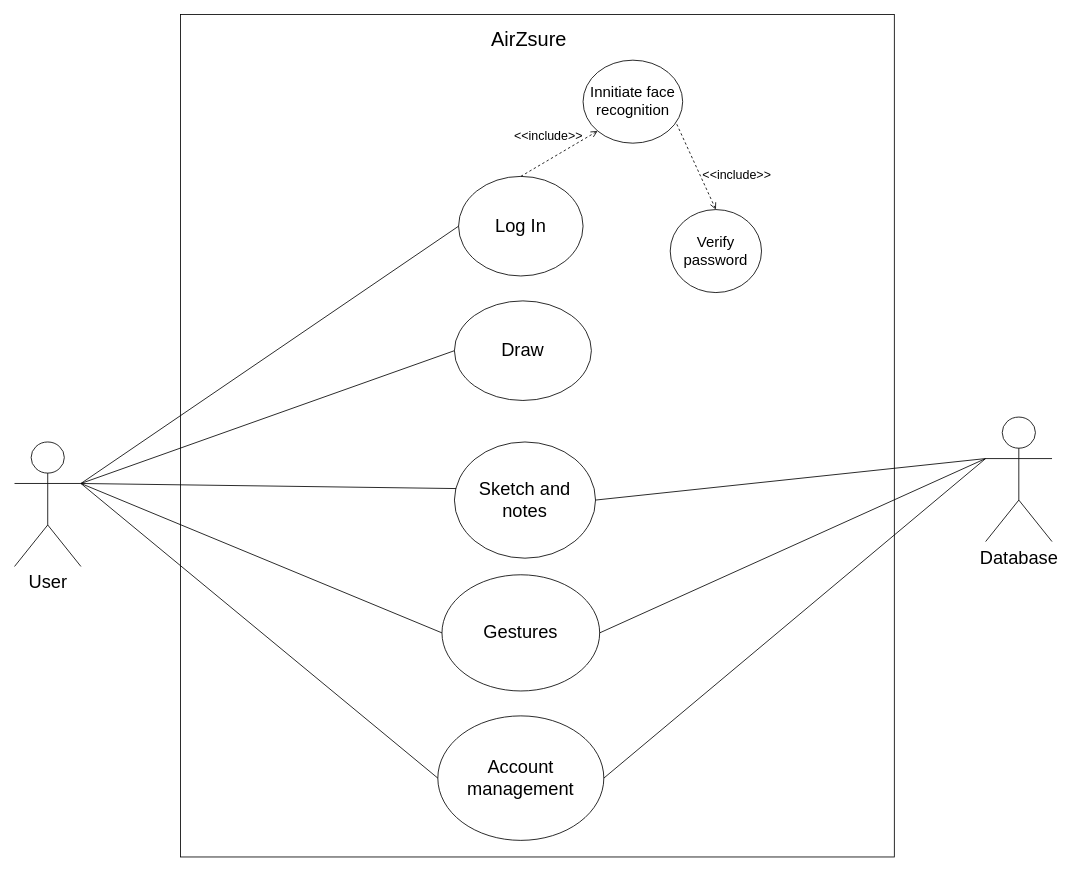
Above: canvas.drawio in Spart-v6/diagram (draw.io), before the change. Source tidied: cells renumbered, new cells numbered last; positions are measured from the earlier drawing's top-left corner, leaving out a move shared by most shapes. Both pictures are drawn from the tidied source at 83%, with x=0, y=0 at pixel (14, 27).
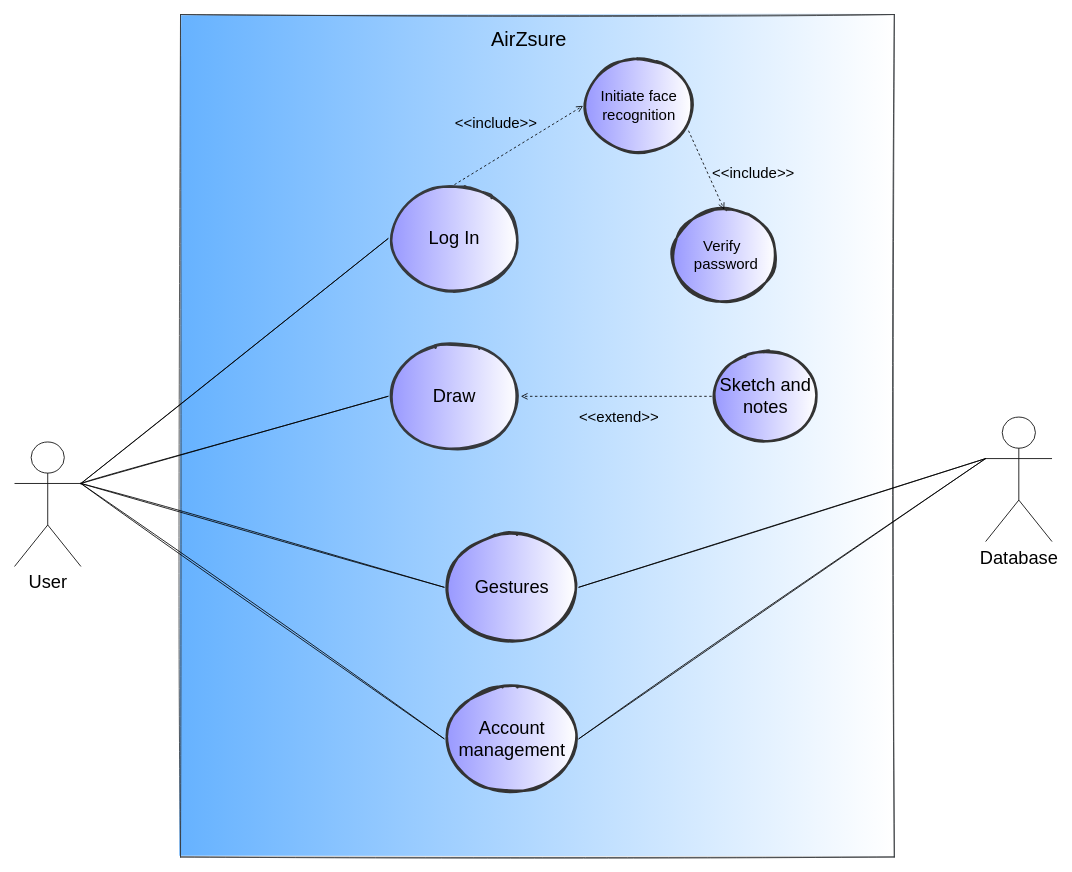
The same page after the edit.

The change refers to these unchanged cells:
```xml
<mxCell id="4" value="&lt;font style=&quot;font-size: 22px&quot;&gt;User&lt;/font&gt;" style="shape=umlActor;verticalLabelPosition=bottom;verticalAlign=top;html=1;outlineConnect=0;" parent="1" vertex="1">
  <mxGeometry y="500" width="80" height="150" as="geometry" />
</mxCell>
<mxCell id="5" value="&lt;font style=&quot;font-size: 22px&quot;&gt;Database&lt;/font&gt;" style="shape=umlActor;verticalLabelPosition=bottom;verticalAlign=top;html=1;outlineConnect=0;" parent="1" vertex="1">
  <mxGeometry x="1170" y="470" width="80" height="150" as="geometry" />
</mxCell>
```

Change to the diagram source:
```diff
@@
-    <mxCell id="2" style="rounded=0;whiteSpace=wrap;html=1;rotation=-90;" parent="1" vertex="1">
+    <mxCell id="2" style="rounded=0;whiteSpace=wrap;html=1;rotation=-90;sketch=1;glass=0;strokeColor=#36393d;gradientColor=#ffffff;fillColor=#66B2FF;" parent="1" vertex="1">
       <mxGeometry x="122.5" y="62.5" width="1015" height="860" as="geometry" />
     </mxCell>
@@
-    <mxCell id="6" value="&lt;font style=&quot;font-size: 22px&quot;&gt;Log In&lt;/font&gt;" style="ellipse;whiteSpace=wrap;html=1;" parent="1" vertex="1">
-      <mxGeometry x="535" y="180" width="150" height="120" as="geometry" />
+    <mxCell id="6" value="&lt;font style=&quot;font-size: 22px&quot;&gt;Log In&lt;/font&gt;" style="ellipse;whiteSpace=wrap;html=1;sketch=1;strokeWidth=3;strokeColor=#36393d;fillStyle=auto;fillColor=#9999FF;gradientColor=#ffffff;gradientDirection=east;" parent="1" vertex="1">
+      <mxGeometry x="450" y="190" width="160" height="130" as="geometry" />
     </mxCell>
-    <mxCell id="7" value="&lt;font style=&quot;font-size: 22px&quot;&gt;Draw&lt;/font&gt;" style="ellipse;whiteSpace=wrap;html=1;" parent="1" vertex="1">
-      <mxGeometry x="530" y="330" width="165" height="120" as="geometry" />
+    <mxCell id="7" value="&lt;font style=&quot;font-size: 22px&quot;&gt;Draw&lt;/font&gt;" style="ellipse;whiteSpace=wrap;html=1;sketch=1;strokeWidth=3;strokeColor=#36393d;fillStyle=auto;fillColor=#9999FF;gradientColor=#ffffff;gradientDirection=east;" parent="1" vertex="1">
+      <mxGeometry x="450" y="380" width="160" height="130" as="geometry" />
     </mxCell>
-    <mxCell id="8" value="&lt;font style=&quot;font-size: 22px&quot;&gt;Sketch and notes&lt;/font&gt;" style="ellipse;whiteSpace=wrap;html=1;" parent="1" vertex="1">
-      <mxGeometry x="530" y="500" width="170" height="140" as="geometry" />
+    <mxCell id="8" value="&lt;font style=&quot;font-size: 22px&quot;&gt;Sketch and notes&lt;/font&gt;" style="ellipse;whiteSpace=wrap;html=1;strokeColor=#333333;strokeWidth=3;sketch=1;fillColor=#9999FF;gradientColor=#ffffff;gradientDirection=east;" parent="1" vertex="1">
+      <mxGeometry x="840" y="390" width="130" height="110" as="geometry" />
     </mxCell>
-    <mxCell id="9" value="&lt;font style=&quot;font-size: 22px&quot;&gt;Gestures&lt;/font&gt;" style="ellipse;whiteSpace=wrap;html=1;" parent="1" vertex="1">
-      <mxGeometry x="515" y="660" width="190" height="140" as="geometry" />
+    <mxCell id="9" value="&lt;font style=&quot;font-size: 22px&quot;&gt;Gestures&lt;/font&gt;" style="ellipse;whiteSpace=wrap;html=1;strokeColor=#333333;strokeWidth=3;sketch=1;gradientDirection=east;gradientColor=#ffffff;fillColor=#9999FF;" parent="1" vertex="1">
+      <mxGeometry x="517.5" y="610" width="162.5" height="130" as="geometry" />
     </mxCell>
-    <mxCell id="10" style="endArrow=none;html=1;entryX=0;entryY=0.5;entryDx=0;entryDy=0;exitX=1;exitY=0.3333333333333333;exitDx=0;exitDy=0;exitPerimeter=0;" parent="1" edge="1" source="4" target="6">
+    <mxCell id="10" style="endArrow=none;html=1;entryX=0;entryY=0.5;entryDx=0;entryDy=0;exitX=1;exitY=0.3333333333333333;exitDx=0;exitDy=0;exitPerimeter=0;rounded=1;shadow=0;sketch=1;" parent="1" edge="1" source="4" target="6">
       <mxGeometry relative="1" as="geometry" />
     </mxCell>
-    <mxCell id="11" style="endArrow=none;html=1;entryX=0;entryY=0.5;entryDx=0;entryDy=0;exitX=1;exitY=0.3333333333333333;exitDx=0;exitDy=0;exitPerimeter=0;" parent="1" edge="1" source="4" target="7">
+    <mxCell id="11" style="endArrow=none;html=1;entryX=0;entryY=0.5;entryDx=0;entryDy=0;exitX=1;exitY=0.3333333333333333;exitDx=0;exitDy=0;exitPerimeter=0;shadow=0;sketch=1;curved=1;" parent="1" edge="1" source="4" target="7">
       <mxGeometry relative="1" as="geometry" />
     </mxCell>
-    <mxCell id="12" style="endArrow=none;html=1;entryX=0.013;entryY=0.401;entryDx=0;entryDy=0;entryPerimeter=0;exitX=1;exitY=0.3333333333333333;exitDx=0;exitDy=0;exitPerimeter=0;" parent="1" edge="1" source="4" target="8">
-      <mxGeometry relative="1" as="geometry" />
-    </mxCell>
-    <mxCell id="13" style="endArrow=none;html=1;entryX=0;entryY=0.5;entryDx=0;entryDy=0;exitX=1;exitY=0.3333333333333333;exitDx=0;exitDy=0;exitPerimeter=0;" parent="1" edge="1" source="4" target="9">
+    <mxCell id="13" style="endArrow=none;html=1;entryX=0;entryY=0.5;entryDx=0;entryDy=0;exitX=1;exitY=0.3333333333333333;exitDx=0;exitDy=0;exitPerimeter=0;rounded=1;shadow=0;sketch=1;" parent="1" edge="1" source="4" target="9">
       <mxGeometry relative="1" as="geometry" />
     </mxCell>
-    <mxCell id="14" value="&lt;font style=&quot;font-size: 22px&quot;&gt;Account management&lt;/font&gt;" style="ellipse;whiteSpace=wrap;html=1;" parent="1" vertex="1">
-      <mxGeometry x="510" y="830" width="200" height="150" as="geometry" />
+    <mxCell id="14" value="&lt;font style=&quot;font-size: 22px&quot;&gt;Account management&lt;/font&gt;" style="ellipse;whiteSpace=wrap;html=1;strokeColor=#333333;strokeWidth=3;sketch=1;gradientDirection=east;gradientColor=#ffffff;fillColor=#9999FF;" parent="1" vertex="1">
+      <mxGeometry x="517.5" y="792.5" width="162.5" height="130" as="geometry" />
     </mxCell>
-    <mxCell id="15" style="endArrow=none;html=1;entryX=0;entryY=0.5;entryDx=0;entryDy=0;exitX=1;exitY=0.3333333333333333;exitDx=0;exitDy=0;exitPerimeter=0;" parent="1" edge="1" source="4" target="14">
+    <mxCell id="15" style="endArrow=none;html=1;entryX=0;entryY=0.5;entryDx=0;entryDy=0;exitX=1;exitY=0.3333333333333333;exitDx=0;exitDy=0;exitPerimeter=0;rounded=1;shadow=0;sketch=1;" parent="1" edge="1" source="4" target="14">
       <mxGeometry relative="1" as="geometry" />
     </mxCell>
-    <mxCell id="16" style="endArrow=none;html=1;exitX=1;exitY=0.5;exitDx=0;exitDy=0;entryX=0;entryY=0.3333333333333333;entryDx=0;entryDy=0;entryPerimeter=0;" parent="1" edge="1" source="8" target="5">
-      <mxGeometry relative="1" as="geometry" />
-    </mxCell>
-    <mxCell id="17" style="endArrow=none;html=1;exitX=1;exitY=0.5;exitDx=0;exitDy=0;entryX=0;entryY=0.3333333333333333;entryDx=0;entryDy=0;entryPerimeter=0;" parent="1" edge="1" source="9" target="5">
+    <mxCell id="17" style="endArrow=none;html=1;exitX=1;exitY=0.5;exitDx=0;exitDy=0;entryX=0;entryY=0.3333333333333333;entryDx=0;entryDy=0;entryPerimeter=0;sketch=1;" parent="1" edge="1" source="9" target="5">
       <mxGeometry relative="1" as="geometry" />
     </mxCell>
-    <mxCell id="18" style="endArrow=none;html=1;exitX=1;exitY=0.5;exitDx=0;exitDy=0;entryX=0;entryY=0.3333333333333333;entryDx=0;entryDy=0;entryPerimeter=0;" parent="1" edge="1" source="14" target="5">
+    <mxCell id="18" style="endArrow=none;html=1;exitX=1;exitY=0.5;exitDx=0;exitDy=0;entryX=0;entryY=0.3333333333333333;entryDx=0;entryDy=0;entryPerimeter=0;sketch=1;" parent="1" edge="1" source="14" target="5">
       <mxGeometry relative="1" as="geometry" />
     </mxCell>
-    <mxCell id="19" value="&lt;font style=&quot;font-size: 18px&quot;&gt;Innitiate face recognition&lt;/font&gt;" style="ellipse;whiteSpace=wrap;html=1;" parent="1" vertex="1">
-      <mxGeometry x="685" y="40" width="120" height="100" as="geometry" />
+    <mxCell id="19" value="&lt;font style=&quot;font-size: 18px&quot;&gt;Initiate face recognition&lt;/font&gt;" style="ellipse;whiteSpace=wrap;html=1;strokeColor=#333333;strokeWidth=3;sketch=1;fillColor=#9999FF;gradientColor=#ffffff;gradientDirection=east;" parent="1" vertex="1">
+      <mxGeometry x="685" y="40" width="135" height="110" as="geometry" />
     </mxCell>
-    <mxCell id="20" value="&lt;font style=&quot;font-size: 18px&quot;&gt;Verify password&lt;/font&gt;" style="ellipse;whiteSpace=wrap;html=1;" parent="1" vertex="1">
-      <mxGeometry x="790" y="220" width="110" height="100" as="geometry" />
+    <mxCell id="20" value="&lt;font style=&quot;font-size: 18px&quot;&gt;Verify&amp;nbsp; &amp;nbsp;password&lt;/font&gt;" style="ellipse;whiteSpace=wrap;html=1;strokeColor=#333333;strokeWidth=3;sketch=1;fillColor=#9999FF;gradientColor=#ffffff;gradientDirection=east;" parent="1" vertex="1">
+      <mxGeometry x="790" y="220" width="130" height="110" as="geometry" />
     </mxCell>
-    <mxCell id="21" value="&lt;font style=&quot;font-size: 15px&quot;&gt;&amp;lt;&amp;lt;include&amp;gt;&amp;gt;&lt;/font&gt;" style="edgeStyle=none;html=1;endArrow=open;verticalAlign=bottom;dashed=1;labelBackgroundColor=none;exitX=0.5;exitY=0;exitDx=0;exitDy=0;entryX=0;entryY=1;entryDx=0;entryDy=0;" parent="1" edge="1" source="6" target="19">
-      <mxGeometry x="-0.13" y="15" relative="1" as="geometry" />
+    <mxCell id="21" value="&lt;font style=&quot;font-size: 18px&quot;&gt;&amp;lt;&amp;lt;include&amp;gt;&amp;gt;&lt;/font&gt;" style="edgeStyle=none;html=1;endArrow=open;verticalAlign=bottom;dashed=1;labelBackgroundColor=none;exitX=0.5;exitY=0;exitDx=0;exitDy=0;entryX=0;entryY=0.5;entryDx=0;entryDy=0;" parent="1" edge="1" source="6" target="19">
+      <mxGeometry x="-0.19" y="25" relative="1" as="geometry" />
     </mxCell>
-    <mxCell id="22" value="&lt;font style=&quot;font-size: 15px&quot;&gt;&amp;lt;&amp;lt;include&amp;gt;&amp;gt;&lt;/font&gt;" style="edgeStyle=none;html=1;endArrow=open;verticalAlign=bottom;dashed=1;labelBackgroundColor=none;exitX=0.941;exitY=0.772;exitDx=0;exitDy=0;entryX=0.5;entryY=0;entryDx=0;entryDy=0;exitPerimeter=0;" parent="1" edge="1" source="19" target="20">
-      <mxGeometry x="0.7" y="35" relative="1" as="geometry" />
+    <mxCell id="22" value="&lt;font style=&quot;font-size: 18px&quot;&gt;&amp;lt;&amp;lt;include&amp;gt;&amp;gt;&lt;/font&gt;" style="edgeStyle=none;html=1;endArrow=open;verticalAlign=bottom;dashed=1;labelBackgroundColor=none;exitX=0.941;exitY=0.772;exitDx=0;exitDy=0;entryX=0.5;entryY=0;entryDx=0;entryDy=0;exitPerimeter=0;" parent="1" edge="1" source="19" target="20">
+      <mxGeometry x="0.75" y="44" relative="1" as="geometry" />
     </mxCell>
+    <mxCell id="23" value="&lt;font style=&quot;font-size: 18px&quot;&gt;&amp;lt;&amp;lt;extend&amp;gt;&amp;gt;&lt;/font&gt;" style="edgeStyle=none;html=1;endArrow=open;verticalAlign=bottom;dashed=1;labelBackgroundColor=none;exitX=0;exitY=0.5;exitDx=0;exitDy=0;entryX=1;entryY=0.5;entryDx=0;entryDy=0;" parent="1" edge="1" source="8" target="7">
+      <mxGeometry x="-0.03" y="40" relative="1" as="geometry" />
+    </mxCell>
```
